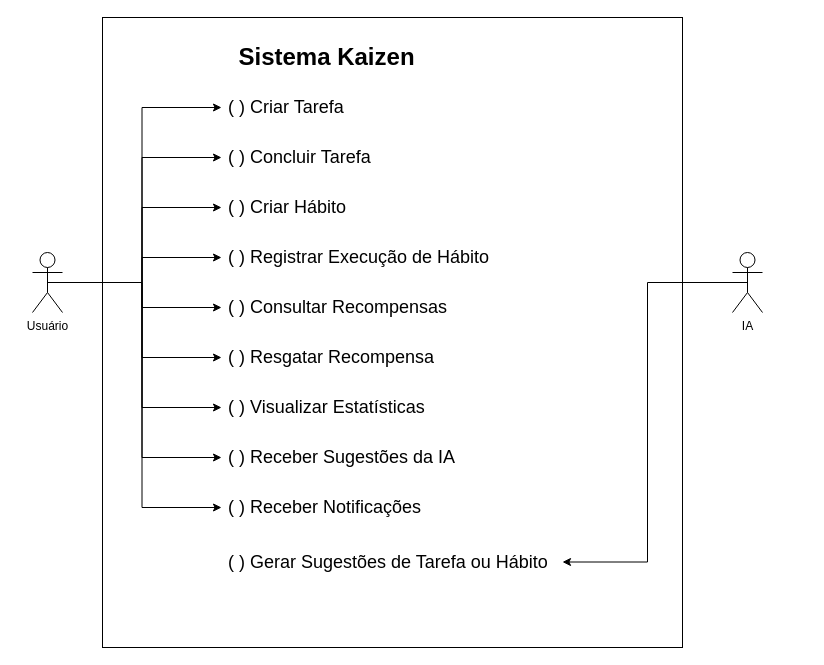
fecasagrandi/diagrama-de-casos-de-uso-tcc keeps this draw.io diagram as diagrama-de-casos-de-uso.drawio. Above is the earlier version. Source tidied: cells renumbered, new cells numbered last; positions are measured from the earlier drawing's top-left corner, leaving out a move shared by most shapes. Both pictures are drawn from the tidied source at 100%, with x=0, y=0 at pixel (32, 17).
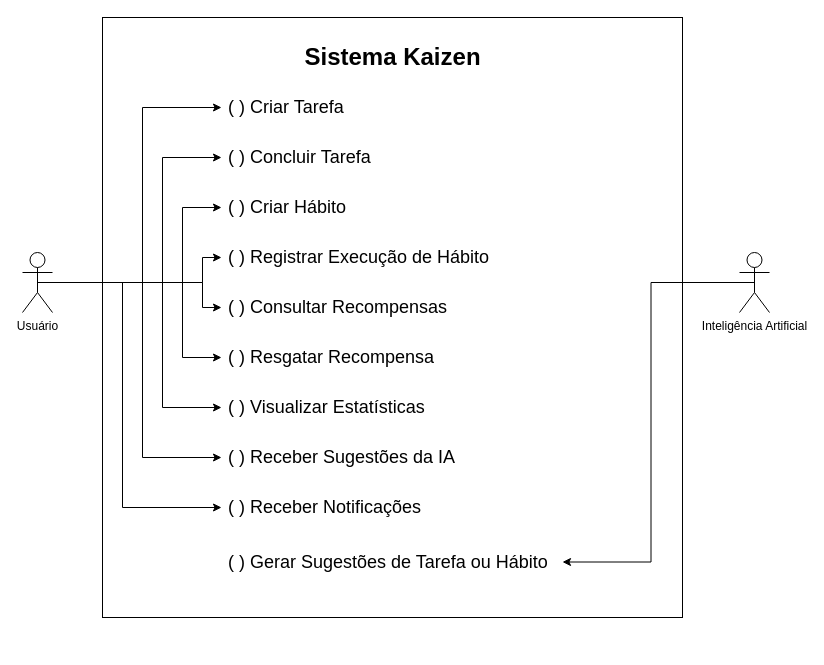
After the change.

Unchanged cells that the change refers to:
```xml
<mxCell id="16" value="&amp;nbsp;( ) Criar Tarefa&amp;nbsp;" style="text;html=1;strokeColor=none;fillColor=none;align=left;verticalAlign=middle;whiteSpace=wrap;overflow=hidden;strokeWidth=1;fontSize=18;fontStyle=0;" parent="1" vertex="1">
  <mxGeometry x="189" y="70" width="210" height="40" as="geometry" />
</mxCell>
<mxCell id="17" value="&amp;nbsp;( ) Concluir Tarefa" style="text;html=1;strokeColor=none;fillColor=none;align=left;verticalAlign=middle;whiteSpace=wrap;overflow=hidden;strokeWidth=1;fontSize=18;fontStyle=0;" parent="1" vertex="1">
  <mxGeometry x="189" y="120" width="210" height="40" as="geometry" />
</mxCell>
<mxCell id="18" value="&amp;nbsp;( ) Criar Hábito" style="text;html=1;strokeColor=none;fillColor=none;align=left;verticalAlign=middle;whiteSpace=wrap;overflow=hidden;strokeWidth=1;fontSize=18;fontStyle=0;" parent="1" vertex="1">
  <mxGeometry x="189" y="170" width="210" height="40" as="geometry" />
</mxCell>
<mxCell id="19" value="&amp;nbsp;( ) Registrar Execução de Hábito" style="text;html=1;strokeColor=none;fillColor=none;align=left;verticalAlign=middle;whiteSpace=wrap;overflow=hidden;strokeWidth=1;fontSize=18;fontStyle=0;" parent="1" vertex="1">
  <mxGeometry x="189" y="220" width="281" height="40" as="geometry" />
</mxCell>
<mxCell id="20" value="&amp;nbsp;( ) Consultar Recompensas" style="text;html=1;strokeColor=none;fillColor=none;align=left;verticalAlign=middle;whiteSpace=wrap;overflow=hidden;strokeWidth=1;fontSize=18;fontStyle=0;" parent="1" vertex="1">
  <mxGeometry x="189" y="270" width="271" height="40" as="geometry" />
</mxCell>
<mxCell id="21" value="&amp;nbsp;( ) Resgatar Recompensa" style="text;html=1;strokeColor=none;fillColor=none;align=left;verticalAlign=middle;whiteSpace=wrap;overflow=hidden;strokeWidth=1;fontSize=18;fontStyle=0;" parent="1" vertex="1">
  <mxGeometry x="189" y="320" width="221" height="40" as="geometry" />
</mxCell>
<mxCell id="22" value="&amp;nbsp;( ) Visualizar Estatísticas" style="text;html=1;strokeColor=none;fillColor=none;align=left;verticalAlign=middle;whiteSpace=wrap;overflow=hidden;strokeWidth=1;fontSize=18;fontStyle=0;" parent="1" vertex="1">
  <mxGeometry x="189" y="370" width="210" height="40" as="geometry" />
</mxCell>
<mxCell id="23" value="&amp;nbsp;( ) Receber Sugestões da IA" style="text;html=1;strokeColor=none;fillColor=none;align=left;verticalAlign=middle;whiteSpace=wrap;overflow=hidden;strokeWidth=1;fontSize=18;fontStyle=0;" parent="1" vertex="1">
  <mxGeometry x="189" y="420" width="241" height="40" as="geometry" />
</mxCell>
<mxCell id="24" value="&amp;nbsp;( ) Receber Notificações" style="text;html=1;strokeColor=none;fillColor=none;align=left;verticalAlign=middle;whiteSpace=wrap;overflow=hidden;strokeWidth=1;fontSize=18;fontStyle=0;" parent="1" vertex="1">
  <mxGeometry x="189" y="470" width="210" height="40" as="geometry" />
</mxCell>
```

What changed in the source:
```diff
@@
     <mxCell id="2" style="rounded=0;whiteSpace=wrap;html=1;" parent="1" vertex="1">
-      <mxGeometry x="70" width="580" height="630" as="geometry" />
+      <mxGeometry x="70" width="580" height="600" as="geometry" />
     </mxCell>
     <mxCell id="3" style="edgeStyle=orthogonalEdgeStyle;rounded=0;jettySize=auto;html=1;exitX=0.5;exitY=0.5;exitDx=0;exitDy=0;exitPerimeter=0;entryX=0;entryY=0.5;entryDx=0;entryDy=0;" parent="1" edge="1" source="12" target="16">
-      <mxGeometry relative="1" as="geometry" />
+      <mxGeometry relative="1" as="geometry">
+        <Array as="points">
+          <mxPoint x="110" y="265" />
+          <mxPoint x="110" y="90" />
+        </Array>
+      </mxGeometry>
     </mxCell>
     <mxCell id="4" style="edgeStyle=orthogonalEdgeStyle;rounded=0;jettySize=auto;html=1;exitX=0.5;exitY=0.5;exitDx=0;exitDy=0;exitPerimeter=0;entryX=0;entryY=0.5;entryDx=0;entryDy=0;" parent="1" edge="1" source="12" target="17">
-      <mxGeometry relative="1" as="geometry" />
+      <mxGeometry relative="1" as="geometry">
+        <Array as="points">
+          <mxPoint x="130" y="265" />
+          <mxPoint x="130" y="140" />
+        </Array>
+      </mxGeometry>
     </mxCell>
     <mxCell id="5" style="edgeStyle=orthogonalEdgeStyle;rounded=0;jettySize=auto;html=1;exitX=0.5;exitY=0.5;exitDx=0;exitDy=0;exitPerimeter=0;entryX=0;entryY=0.5;entryDx=0;entryDy=0;" parent="1" edge="1" source="12" target="18">
-      <mxGeometry relative="1" as="geometry" />
+      <mxGeometry relative="1" as="geometry">
+        <Array as="points">
+          <mxPoint x="150" y="265" />
+          <mxPoint x="150" y="190" />
+        </Array>
+      </mxGeometry>
     </mxCell>
     <mxCell id="6" style="edgeStyle=orthogonalEdgeStyle;rounded=0;jettySize=auto;html=1;exitX=0.5;exitY=0.5;exitDx=0;exitDy=0;exitPerimeter=0;" parent="1" edge="1" source="12" target="19">
-      <mxGeometry relative="1" as="geometry" />
+      <mxGeometry relative="1" as="geometry">
+        <Array as="points">
+          <mxPoint x="170" y="265" />
+          <mxPoint x="170" y="240" />
+        </Array>
+      </mxGeometry>
     </mxCell>
     <mxCell id="7" style="edgeStyle=orthogonalEdgeStyle;rounded=0;jettySize=auto;html=1;exitX=0.5;exitY=0.5;exitDx=0;exitDy=0;exitPerimeter=0;" parent="1" edge="1" source="12" target="20">
-      <mxGeometry relative="1" as="geometry" />
+      <mxGeometry relative="1" as="geometry">
+        <Array as="points">
+          <mxPoint x="170" y="265" />
+          <mxPoint x="170" y="290" />
+        </Array>
+      </mxGeometry>
     </mxCell>
     <mxCell id="8" style="edgeStyle=orthogonalEdgeStyle;rounded=0;jettySize=auto;html=1;exitX=0.5;exitY=0.5;exitDx=0;exitDy=0;exitPerimeter=0;entryX=0;entryY=0.5;entryDx=0;entryDy=0;" parent="1" edge="1" source="12" target="21">
-      <mxGeometry relative="1" as="geometry" />
+      <mxGeometry relative="1" as="geometry">
+        <Array as="points">
+          <mxPoint x="150" y="265" />
+          <mxPoint x="150" y="340" />
+        </Array>
+      </mxGeometry>
     </mxCell>
     <mxCell id="9" style="edgeStyle=orthogonalEdgeStyle;rounded=0;jettySize=auto;html=1;exitX=0.5;exitY=0.5;exitDx=0;exitDy=0;exitPerimeter=0;entryX=0;entryY=0.5;entryDx=0;entryDy=0;" parent="1" edge="1" source="12" target="22">
-      <mxGeometry relative="1" as="geometry" />
+      <mxGeometry relative="1" as="geometry">
+        <Array as="points">
+          <mxPoint x="130" y="265" />
+          <mxPoint x="130" y="390" />
+        </Array>
+      </mxGeometry>
     </mxCell>
     <mxCell id="10" style="edgeStyle=orthogonalEdgeStyle;rounded=0;jettySize=auto;html=1;exitX=0.5;exitY=0.5;exitDx=0;exitDy=0;exitPerimeter=0;entryX=0;entryY=0.5;entryDx=0;entryDy=0;" parent="1" edge="1" source="12" target="23">
-      <mxGeometry relative="1" as="geometry" />
+      <mxGeometry relative="1" as="geometry">
+        <Array as="points">
+          <mxPoint x="110" y="265" />
+          <mxPoint x="110" y="440" />
+        </Array>
+      </mxGeometry>
     </mxCell>
     <mxCell id="11" style="edgeStyle=orthogonalEdgeStyle;rounded=0;jettySize=auto;html=1;exitX=0.5;exitY=0.5;exitDx=0;exitDy=0;exitPerimeter=0;entryX=0;entryY=0.5;entryDx=0;entryDy=0;" parent="1" edge="1" source="12" target="24">
-      <mxGeometry relative="1" as="geometry" />
+      <mxGeometry relative="1" as="geometry">
+        <Array as="points">
+          <mxPoint x="90" y="265" />
+          <mxPoint x="90" y="490" />
+        </Array>
+      </mxGeometry>
     </mxCell>
     <mxCell id="12" value="Usuário" style="shape=umlActor;verticalLabelPosition=bottom;verticalAlign=top;html=1;outlineConnect=0;" parent="1" vertex="1">
-      <mxGeometry y="235" width="30" height="60" as="geometry" />
+      <mxGeometry x="-10" y="235" width="30" height="60" as="geometry" />
     </mxCell>
@@
-    <mxCell id="14" value="IA" style="shape=umlActor;verticalLabelPosition=bottom;verticalAlign=top;html=1;outlineConnect=0;" parent="1" vertex="1">
-      <mxGeometry x="700" y="235" width="30" height="60" as="geometry" />
+    <mxCell id="14" value="Inteligência Artificial" style="shape=umlActor;verticalLabelPosition=bottom;verticalAlign=top;html=1;outlineConnect=0;" parent="1" vertex="1">
+      <mxGeometry x="707" y="235" width="30" height="60" as="geometry" />
     </mxCell>
     <mxCell id="15" value="Sistema Kaizen" style="text;strokeColor=none;fillColor=none;html=1;fontSize=24;fontStyle=1;verticalAlign=middle;align=center;" parent="1" vertex="1">
-      <mxGeometry x="244" y="20" width="100" height="40" as="geometry" />
+      <mxGeometry x="310" y="20" width="100" height="40" as="geometry" />
     </mxCell>
```
